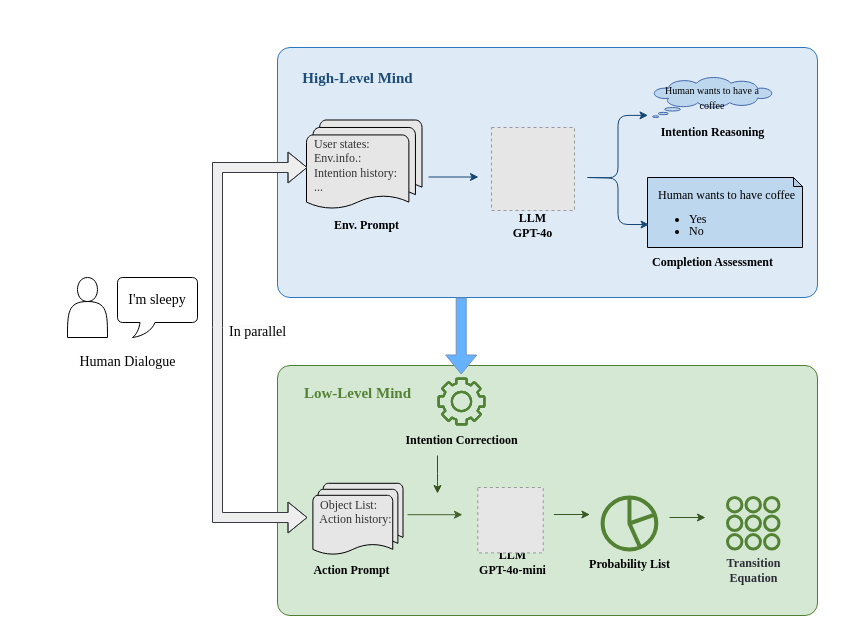
Above: 未命名绘图.drawio in Rinco1018/project_test (draw.io), before the change. Source tidied: cells renumbered, new cells numbered last; positions are measured from the earlier drawing's top-left corner, leaving out a move shared by most shapes. Both pictures are drawn from the tidied source at 100%, with x=0, y=0 at pixel (17, 17). Pictures stored in the file or linked from it are replaced by grey dashed boxes.
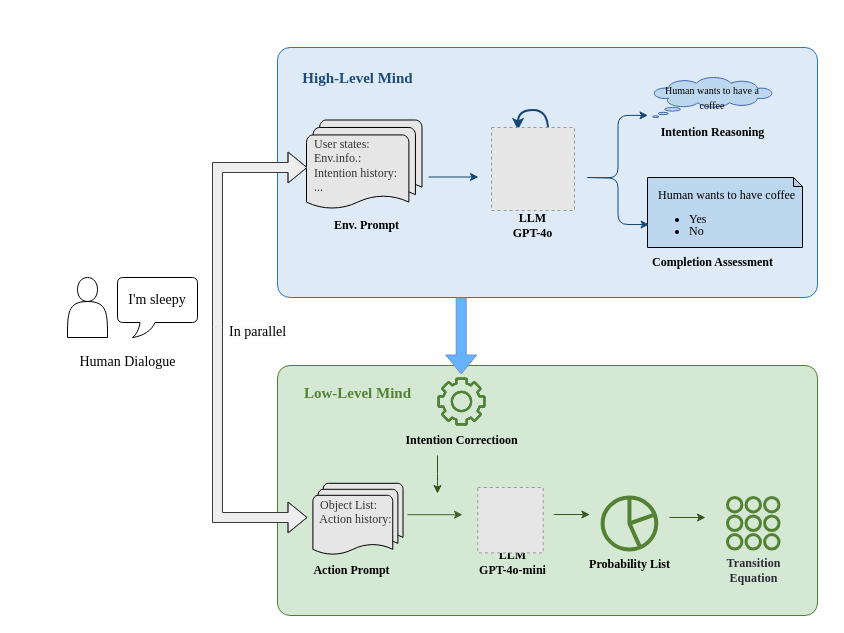
After the change.

Commit message:
更新未命名绘图.drawio

The change refers to these unchanged cells:
```xml
<mxCell id="19" style="group;fontStyle=0;strokeWidth=1;" parent="18" vertex="1">
  <mxGeometry width="149" height="165" as="geometry" />
</mxCell>
```

Diff of the diagram source:
```diff
@@
+    <mxCell id="54" style="curved=1;endArrow=classic;html=1;rounded=0;strokeWidth=2;strokeColor=light-dark(#164673, #ededed);" parent="19" edge="1">
+      <mxGeometry relative="1" as="geometry">
+        <mxPoint x="64.5" y="20" as="sourcePoint" />
+        <mxPoint x="34.5" y="20" as="targetPoint" />
+        <Array as="points">
+          <mxPoint x="64.5" />
+          <mxPoint x="34.5" />
+        </Array>
+      </mxGeometry>
+    </mxCell>
```
